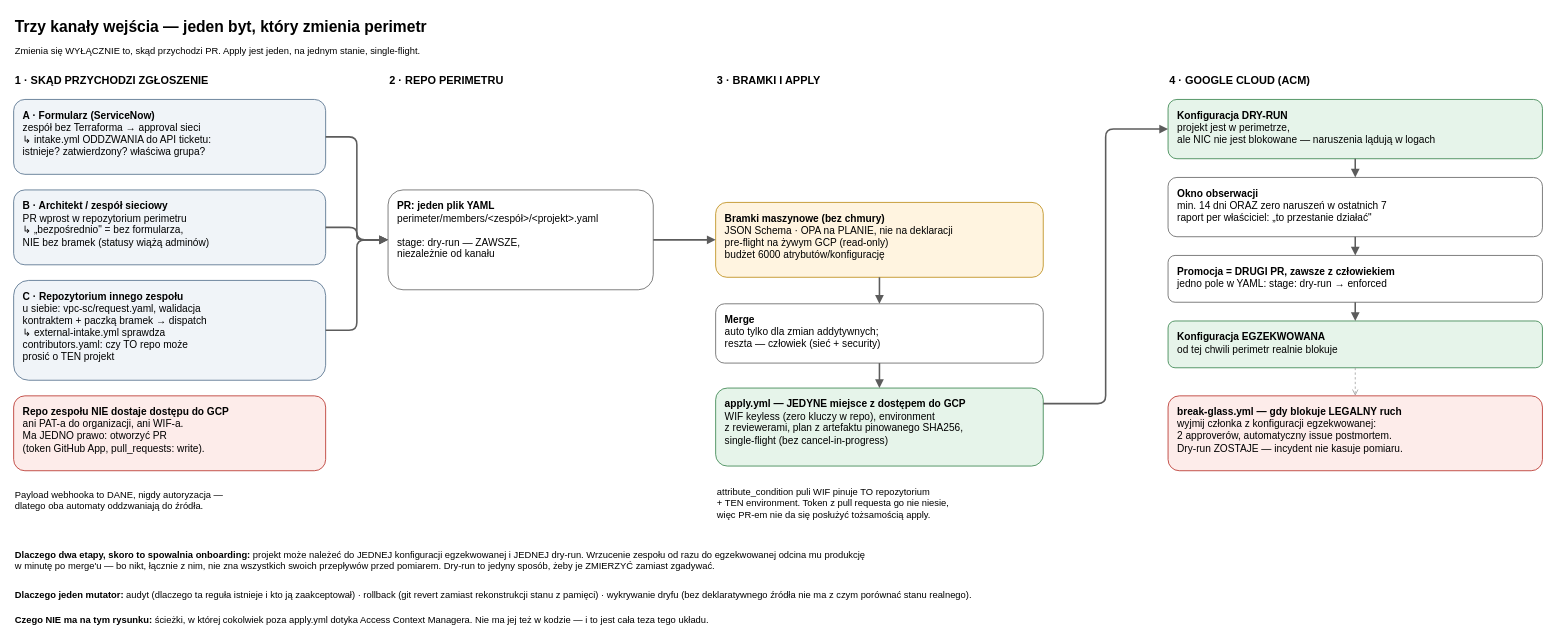
Earlier version of the draw.io diagram docs/diagrams/D6-trzy-kanaly.drawio (CptDolphin/gcp-vpc-sc). Source tidied: cells renumbered, new cells numbered last; positions are measured from the earlier drawing's top-left corner, leaving out a move shared by most shapes. Both pictures are drawn from the tidied source at 78%, with x=0, y=0 at pixel (13, 13).
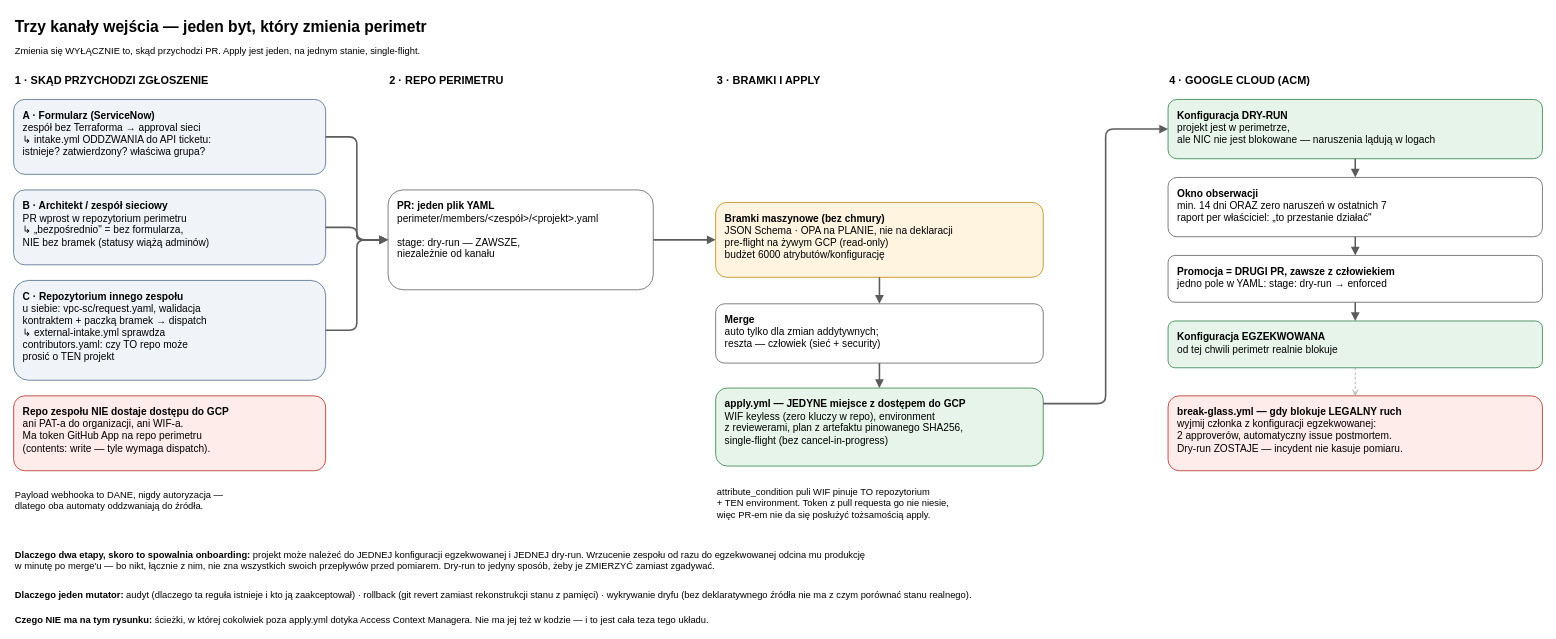
Above is the later version.

Change to the diagram source:
```diff
@@
-    <mxCell id="11" value="&lt;b&gt;Repo zespołu NIE dostaje dostępu do GCP&lt;/b&gt;&lt;br&gt;ani PAT-a do organizacji, ani WIF-a.&lt;br&gt;Ma JEDNO prawo: otworzyć PR&lt;br&gt;(token GitHub App, pull_requests: write)." style="rounded=1;whiteSpace=wrap;html=1;fillColor=#fdecea;strokeColor=#b3261e;align=left;verticalAlign=top;spacingLeft=10;spacingTop=6;fontSize=13;" parent="1" vertex="1">
+    <mxCell id="11" value="&lt;b&gt;Repo zespołu NIE dostaje dostępu do GCP&lt;/b&gt;&lt;br&gt;ani PAT-a do organizacji, ani WIF-a.&lt;br&gt;Ma token GitHub App na repo perimetru&lt;br&gt;(contents: write — tyle wymaga dispatch)." style="rounded=1;whiteSpace=wrap;html=1;fillColor=#fdecea;strokeColor=#b3261e;align=left;verticalAlign=top;spacingLeft=10;spacingTop=6;fontSize=13;" parent="1" vertex="1">
       <mxGeometry y="490" width="400" height="96" as="geometry" />
     </mxCell>
```
